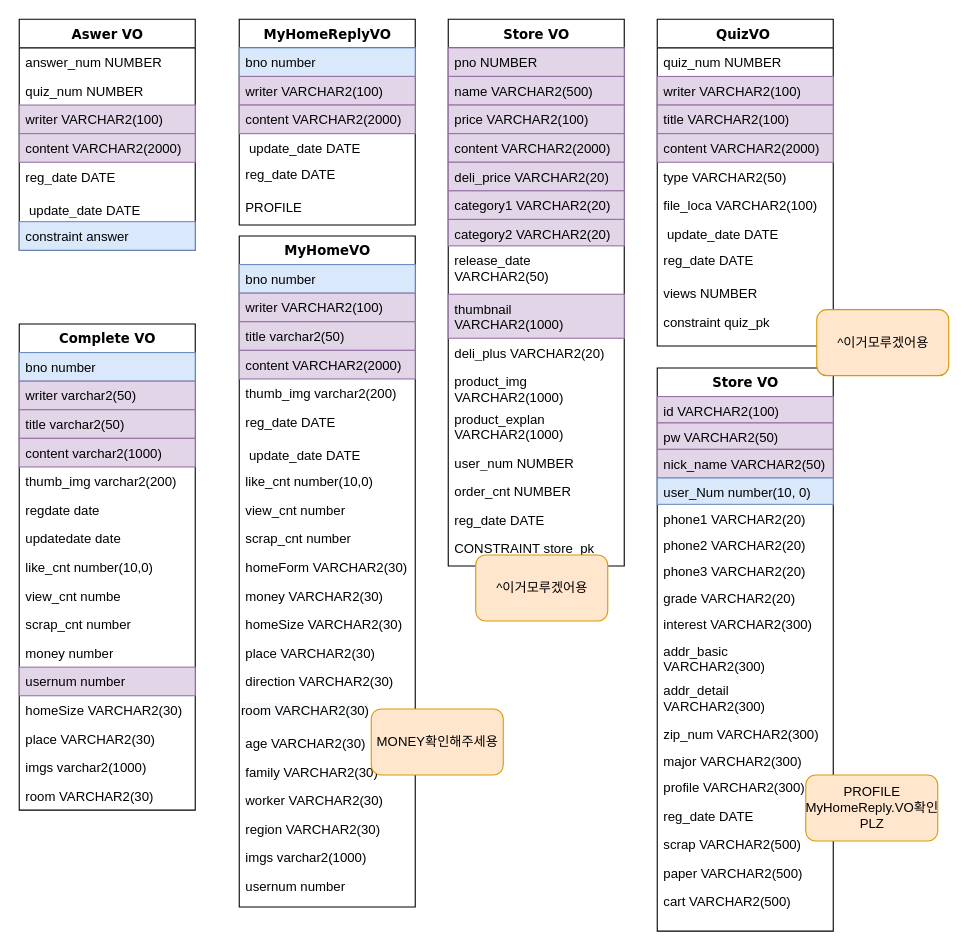
Before: Untitled Diagram.drawio in Yunjiseong/D-terrior, a draw.io diagram. Source tidied: cells renumbered, new cells numbered last; positions are measured from the earlier drawing's top-left corner, leaving out a move shared by most shapes. Both pictures are drawn from the tidied source at 110%, with x=0, y=0 at pixel (19, 19).
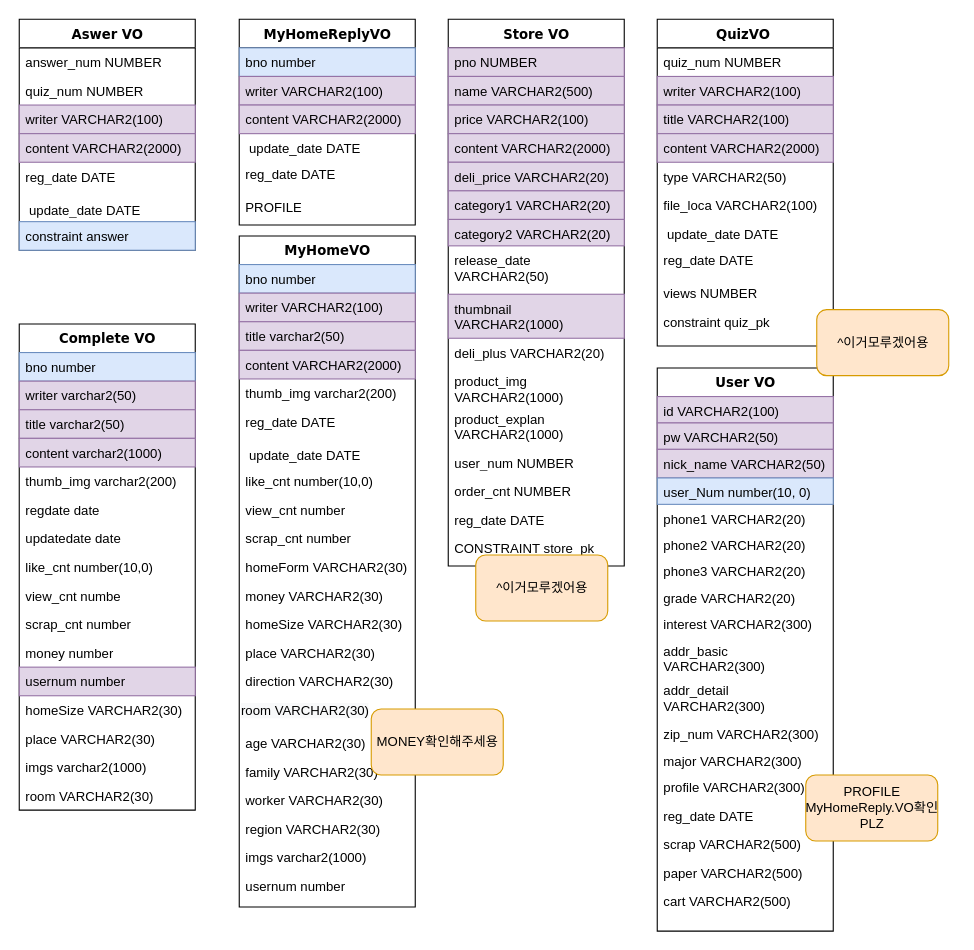
The same diagram, later.

The edit, as a diff of the source:
```diff
@@
-    <mxCell id="87" value="Store VO" style="swimlane;html=1;fontStyle=1;align=center;verticalAlign=top;horizontal=1;startSize=26;swimlaneFillColor=#ffffff;rounded=0;shadow=0;comic=0;labelBackgroundColor=none;strokeWidth=1;fillColor=none;fontFamily=Verdana;fontSize=12;" parent="1" vertex="1">
+    <mxCell id="87" value="User VO" style="swimlane;html=1;fontStyle=1;align=center;verticalAlign=top;horizontal=1;startSize=26;swimlaneFillColor=#ffffff;rounded=0;shadow=0;comic=0;labelBackgroundColor=none;strokeWidth=1;fillColor=none;fontFamily=Verdana;fontSize=12;" parent="1" vertex="1">
       <mxGeometry x="580" y="317" width="160" height="512" as="geometry" />
     </mxCell>
```
